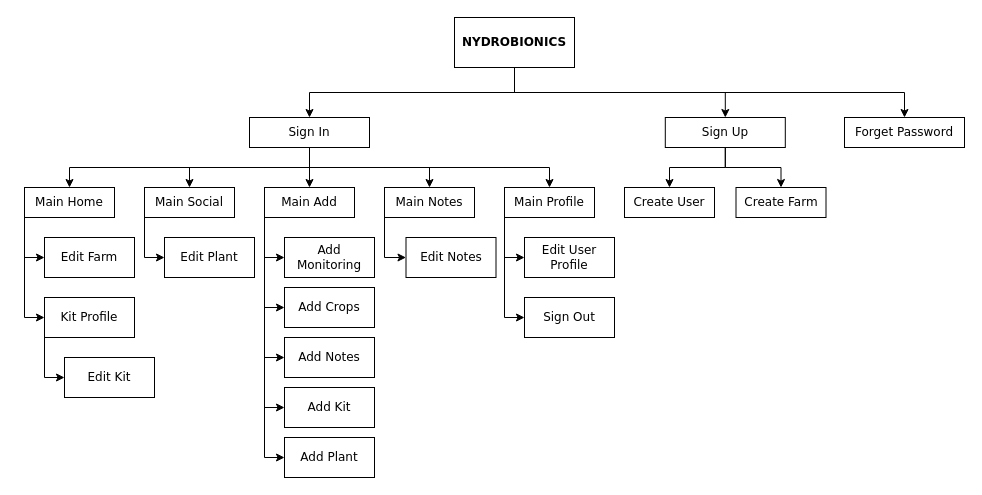
The draw.io diagram page "Struktur Menu" (1 of 4) of documentation/Diagram.drawio in fdhasna21/AndroidStudio-Nydrobionics, before the edit. Source tidied: cells renumbered, new cells numbered last; positions are measured from the earlier drawing's top-left corner, leaving out a move shared by most shapes. Both pictures are drawn from the tidied source at 100%, with x=0, y=0 at pixel (24, 17).
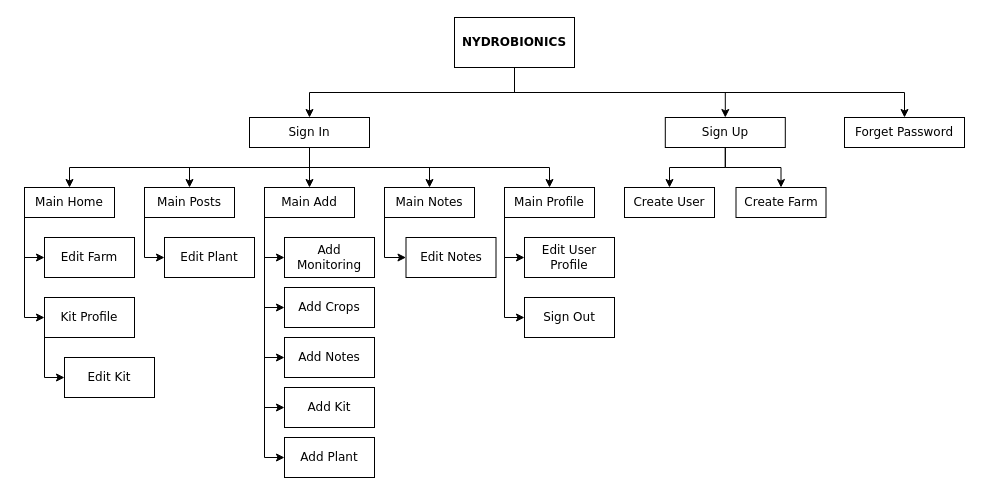
The same page after the edit.

Diff of the diagram source:
```diff
@@
-    <mxCell id="20" value="Main Social" style="rounded=0;whiteSpace=wrap;html=1;fontFamily=Verdana;fillColor=none;" parent="1" vertex="1">
+    <mxCell id="20" value="Main Posts" style="rounded=0;whiteSpace=wrap;html=1;fontFamily=Verdana;fillColor=none;" parent="1" vertex="1">
       <mxGeometry x="120" y="170" width="90" height="30" as="geometry" />
     </mxCell>
```
